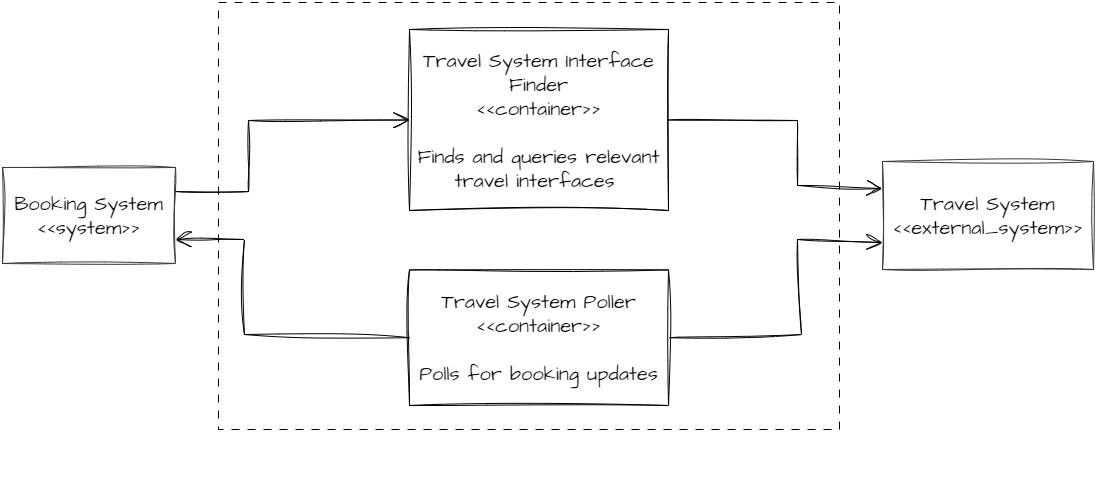
Before: ContainerView/travel-system-api.png, a diagram exported from draw.io (intelligent-growth-solutions/flexibility-fertilisers). Source tidied: cells renumbered, new cells last; positions are measured from the earlier drawing's top-left corner, leaving out a move shared by most shapes.
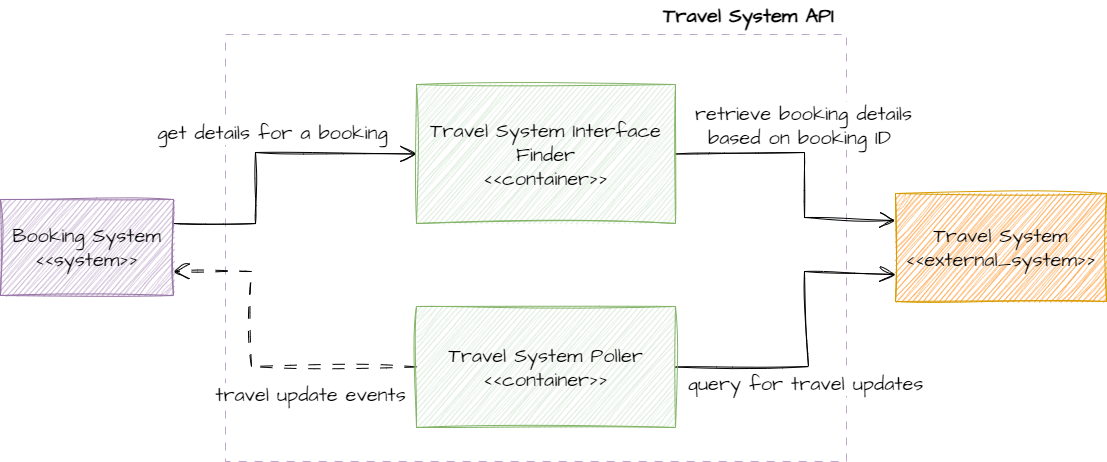
Above is the later version.

Commit message:
Improve conainter views - alert, book, travel

Diff of the diagram source:
```diff
@@ -2,7 +2,7 @@
   <root>
     <mxCell id="0" />
     <mxCell id="1" parent="0" />
-    <mxCell id="2" style="rounded=0;whiteSpace=wrap;html=1;hachureGap=4;fontFamily=Architects Daughter;fontSource=https%3A%2F%2Ffonts.googleapis.com%2Fcss%3Ffamily%3DArchitects%2BDaughter;fontSize=20;dashed=1;dashPattern=8 8;glass=0;" parent="1" vertex="1">
+    <mxCell id="2" style="rounded=0;whiteSpace=wrap;html=1;hachureGap=4;fontFamily=Architects Daughter;fontSource=https%3A%2F%2Ffonts.googleapis.com%2Fcss%3Ffamily%3DArchitects%2BDaughter;fontSize=20;dashed=1;dashPattern=8 8;glass=0;strokeColor=#BFA8CC;" parent="1" vertex="1">
       <mxGeometry x="216" width="621" height="427" as="geometry" />
     </mxCell>
     <mxCell id="3" style="edgeStyle=none;rounded=0;sketch=1;hachureGap=4;jiggle=2;curveFitting=1;jettySize=auto;html=1;exitX=1;exitY=0.25;exitDx=0;exitDy=0;entryX=0;entryY=0.5;entryDx=0;entryDy=0;fontFamily=Architects Daughter;fontSource=https%3A%2F%2Ffonts.googleapis.com%2Fcss%3Ffamily%3DArchitects%2BDaughter;fontSize=16;endArrow=open;startSize=14;endSize=14;sourcePerimeterSpacing=8;targetPerimeterSpacing=8;" parent="1" edge="1" source="4" target="7">
@@ -13,11 +13,16 @@
         </Array>
       </mxGeometry>
     </mxCell>
+    <mxCell id="13" value="get details for a booking&amp;nbsp;" style="edgeLabel;html=1;align=center;verticalAlign=middle;fontSize=20;fontFamily=Architects Daughter;" parent="3" vertex="1">
+      <mxGeometry x="0.31" y="-1" relative="1" as="geometry">
+        <mxPoint x="-32" y="-22" as="offset" />
+      </mxGeometry>
+    </mxCell>
-    <mxCell id="4" value="Booking System&lt;br&gt;&amp;lt;&amp;lt;system&amp;gt;&amp;gt;" style="rounded=0;whiteSpace=wrap;html=1;sketch=1;hachureGap=4;jiggle=2;curveFitting=1;fontFamily=Architects Daughter;fontSource=https%3A%2F%2Ffonts.googleapis.com%2Fcss%3Ffamily%3DArchitects%2BDaughter;fontSize=20;fillColor=none;strokeColor=#36393d;" parent="1" vertex="1">
-      <mxGeometry y="165" width="173" height="96" as="geometry" />
+    <mxCell id="4" value="Booking System&lt;br&gt;&amp;lt;&amp;lt;system&amp;gt;&amp;gt;" style="rounded=0;whiteSpace=wrap;html=1;sketch=1;hachureGap=4;jiggle=2;curveFitting=1;fontFamily=Architects Daughter;fontSource=https%3A%2F%2Ffonts.googleapis.com%2Fcss%3Ffamily%3DArchitects%2BDaughter;fontSize=20;fillColor=#BFA8CC;strokeColor=#9673a6;" parent="1" vertex="1">
+      <mxGeometry x="-9" y="165" width="173" height="96" as="geometry" />
     </mxCell>
-    <mxCell id="5" value="Travel System&lt;br&gt;&amp;lt;&amp;lt;external_system&amp;gt;&amp;gt;" style="rounded=0;whiteSpace=wrap;html=1;sketch=1;hachureGap=4;jiggle=2;curveFitting=1;fontFamily=Architects Daughter;fontSource=https%3A%2F%2Ffonts.googleapis.com%2Fcss%3Ffamily%3DArchitects%2BDaughter;fontSize=20;fillColor=none;strokeColor=#36393d;" parent="1" vertex="1">
-      <mxGeometry x="880" y="159" width="211" height="108" as="geometry" />
+    <mxCell id="5" value="Travel System&lt;br&gt;&amp;lt;&amp;lt;external_system&amp;gt;&amp;gt;" style="rounded=0;whiteSpace=wrap;html=1;sketch=1;hachureGap=4;jiggle=2;curveFitting=1;fontFamily=Architects Daughter;fontSource=https%3A%2F%2Ffonts.googleapis.com%2Fcss%3Ffamily%3DArchitects%2BDaughter;fontSize=20;fillColor=#FF9933;strokeColor=#d79b00;" parent="1" vertex="1">
+      <mxGeometry x="886" y="159" width="211" height="108" as="geometry" />
     </mxCell>
     <mxCell id="6" style="edgeStyle=none;rounded=0;sketch=1;hachureGap=4;jiggle=2;curveFitting=1;jettySize=auto;html=1;fontFamily=Architects Daughter;fontSource=https%3A%2F%2Ffonts.googleapis.com%2Fcss%3Ffamily%3DArchitects%2BDaughter;fontSize=16;endArrow=open;startSize=14;endSize=14;sourcePerimeterSpacing=8;targetPerimeterSpacing=8;entryX=0;entryY=0.25;entryDx=0;entryDy=0;exitX=1;exitY=0.5;exitDx=0;exitDy=0;" parent="1" edge="1" source="7" target="5">
       <mxGeometry relative="1" as="geometry">
@@ -27,8 +32,13 @@
         </Array>
       </mxGeometry>
     </mxCell>
+    <mxCell id="14" value="&amp;nbsp;retrieve booking details&lt;br&gt;based on booking ID" style="edgeLabel;html=1;align=center;verticalAlign=middle;fontSize=20;fontFamily=Architects Daughter;" parent="6" vertex="1">
+      <mxGeometry x="-0.6" y="3" relative="1" as="geometry">
+        <mxPoint x="67" y="-25" as="offset" />
+      </mxGeometry>
+    </mxCell>
-    <mxCell id="7" value="Travel System Interface Finder&lt;br&gt;&amp;lt;&amp;lt;container&amp;gt;&amp;gt;&lt;br&gt;&lt;br&gt;Finds and queries relevant travel interfaces&amp;nbsp;" style="rounded=0;whiteSpace=wrap;html=1;sketch=1;hachureGap=4;jiggle=2;curveFitting=1;fontFamily=Architects Daughter;fontSource=https%3A%2F%2Ffonts.googleapis.com%2Fcss%3Ffamily%3DArchitects%2BDaughter;fontSize=20;" parent="1" vertex="1">
-      <mxGeometry x="407" y="27" width="259" height="181" as="geometry" />
+    <mxCell id="7" value="Travel System Interface Finder&lt;br&gt;&amp;lt;&amp;lt;container&amp;gt;&amp;gt;" style="rounded=0;whiteSpace=wrap;html=1;sketch=1;hachureGap=4;jiggle=2;curveFitting=1;fontFamily=Architects Daughter;fontSource=https%3A%2F%2Ffonts.googleapis.com%2Fcss%3Ffamily%3DArchitects%2BDaughter;fontSize=20;fillColor=#D5E8D4;strokeColor=#82b366;" parent="1" vertex="1">
+      <mxGeometry x="407" y="50" width="259" height="139" as="geometry" />
     </mxCell>
     <mxCell id="8" style="edgeStyle=none;rounded=0;sketch=1;hachureGap=4;jiggle=2;curveFitting=1;jettySize=auto;html=1;exitX=1;exitY=0.5;exitDx=0;exitDy=0;fontFamily=Architects Daughter;fontSource=https%3A%2F%2Ffonts.googleapis.com%2Fcss%3Ffamily%3DArchitects%2BDaughter;fontSize=16;endArrow=open;startSize=14;endSize=14;sourcePerimeterSpacing=8;targetPerimeterSpacing=8;entryX=0;entryY=0.75;entryDx=0;entryDy=0;" parent="1" edge="1" source="11" target="5">
       <mxGeometry relative="1" as="geometry">
@@ -38,22 +48,29 @@
         </Array>
       </mxGeometry>
     </mxCell>
-    <mxCell id="9" style="group;" parent="1" vertex="1">
-      <mxGeometry x="400" y="261" width="396" height="225" as="geometry" />
-    </mxCell>
-    <mxCell id="10" style="group;" parent="9" vertex="1">
-      <mxGeometry width="396" height="225" as="geometry" />
-    </mxCell>
+    <mxCell id="15" value="query for travel updates" style="edgeLabel;html=1;align=center;verticalAlign=middle;fontSize=20;fontFamily=Architects Daughter;" parent="8" vertex="1">
+      <mxGeometry x="-0.4" y="3" relative="1" as="geometry">
+        <mxPoint x="34" y="19" as="offset" />
+      </mxGeometry>
+    </mxCell>
+    <mxCell id="12" style="edgeStyle=none;rounded=0;sketch=1;hachureGap=4;jiggle=2;curveFitting=1;jettySize=auto;html=1;exitX=0;exitY=0.5;exitDx=0;exitDy=0;entryX=1;entryY=0.75;entryDx=0;entryDy=0;fontFamily=Architects Daughter;fontSource=https%3A%2F%2Ffonts.googleapis.com%2Fcss%3Ffamily%3DArchitects%2BDaughter;fontSize=16;endArrow=open;startSize=14;endSize=14;sourcePerimeterSpacing=8;targetPerimeterSpacing=8;dashed=1;dashPattern=12 12;" parent="1" edge="1" source="11" target="4">
+      <mxGeometry relative="1" as="geometry">
+        <Array as="points">
+          <mxPoint x="242" y="332" />
+          <mxPoint x="242" y="237" />
+        </Array>
+      </mxGeometry>
+    </mxCell>
+    <mxCell id="16" value="travel update events" style="edgeLabel;html=1;align=center;verticalAlign=middle;fontSize=20;fontFamily=Architects Daughter;" parent="12" vertex="1">
+      <mxGeometry x="0.18" y="3" relative="1" as="geometry">
+        <mxPoint x="61" y="61" as="offset" />
+      </mxGeometry>
+    </mxCell>
-    <mxCell id="11" value="Travel System Poller&lt;br&gt;&amp;lt;&amp;lt;container&amp;gt;&amp;gt;&lt;br&gt;&lt;br&gt;Polls for booking updates" style="rounded=0;whiteSpace=wrap;html=1;sketch=1;hachureGap=4;jiggle=2;curveFitting=1;fontFamily=Architects Daughter;fontSource=https%3A%2F%2Ffonts.googleapis.com%2Fcss%3Ffamily%3DArchitects%2BDaughter;fontSize=20;" parent="10" vertex="1">
-      <mxGeometry x="7" y="6.4" width="259" height="135.6" as="geometry" />
+    <mxCell id="11" value="Travel System Poller&lt;br&gt;&amp;lt;&amp;lt;container&amp;gt;&amp;gt;" style="rounded=0;whiteSpace=wrap;html=1;sketch=1;hachureGap=4;jiggle=2;curveFitting=1;fontFamily=Architects Daughter;fontSource=https%3A%2F%2Ffonts.googleapis.com%2Fcss%3Ffamily%3DArchitects%2BDaughter;fontSize=20;fillColor=#d5e8d4;strokeColor=#82b366;" parent="1" vertex="1">
+      <mxGeometry x="407" y="272" width="259" height="121" as="geometry" />
     </mxCell>
-    <mxCell id="12" style="edgeStyle=none;rounded=0;sketch=1;hachureGap=4;jiggle=2;curveFitting=1;jettySize=auto;html=1;exitX=0;exitY=0.5;exitDx=0;exitDy=0;entryX=1;entryY=0.75;entryDx=0;entryDy=0;fontFamily=Architects Daughter;fontSource=https%3A%2F%2Ffonts.googleapis.com%2Fcss%3Ffamily%3DArchitects%2BDaughter;fontSize=16;endArrow=open;startSize=14;endSize=14;sourcePerimeterSpacing=8;targetPerimeterSpacing=8;" parent="1" edge="1" source="11" target="4">
-      <mxGeometry relative="1" as="geometry">
-        <Array as="points">
-          <mxPoint x="242" y="332" />
-          <mxPoint x="242" y="237" />
-        </Array>
-      </mxGeometry>
-    </mxCell>
+    <mxCell id="17" value="Travel System API" style="text;strokeColor=none;fillColor=none;html=1;align=center;verticalAlign=middle;whiteSpace=wrap;rounded=0;fontSize=20;fontFamily=Architects Daughter;fontStyle=1;" parent="1" vertex="1">
+      <mxGeometry x="642" y="-34" width="195" height="30" as="geometry" />
+    </mxCell>
   </root>
 </mxGraphModel>
```
